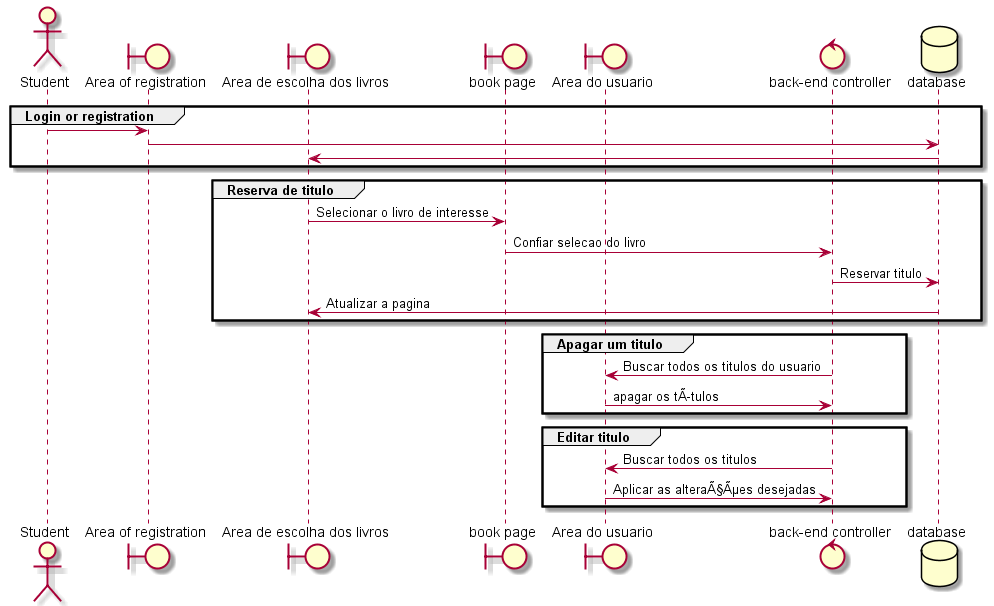
Above: uml/sequence.png in rickymal/bug-free-invention (PlantUML), before the change.
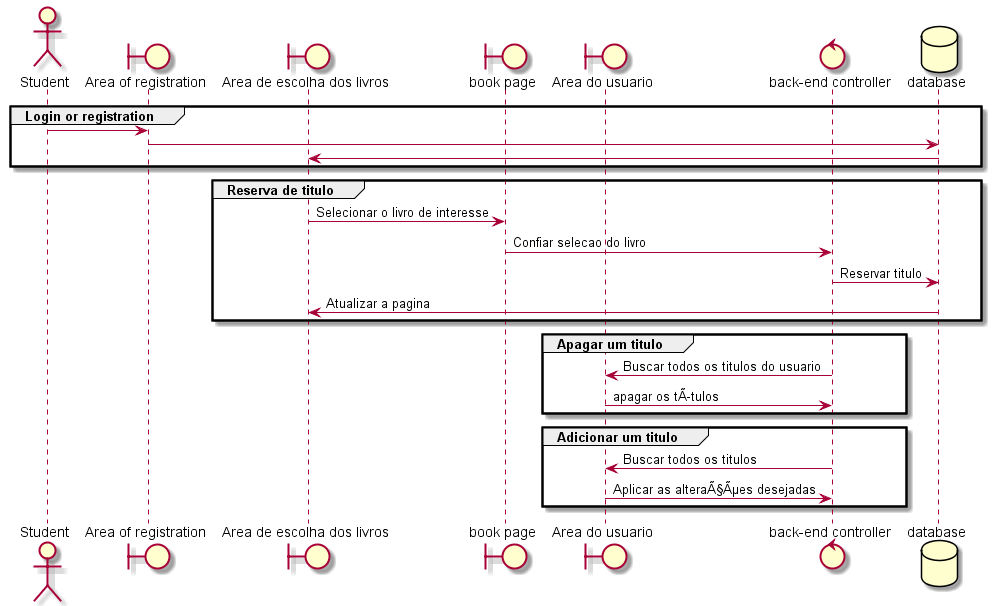
The same diagram one commit later.

Change to the diagram source:
```diff
@@ -36,7 +36,7 @@
 dash -> controller : apagar os tÃ­tulos
 end
 
-group Editar titulo
+group Adicionar um titulo
 controller -> dash : Buscar todos os titulos
 dash -> controller : Aplicar as alteraÃ§Ãµes desejadas
 end
```
